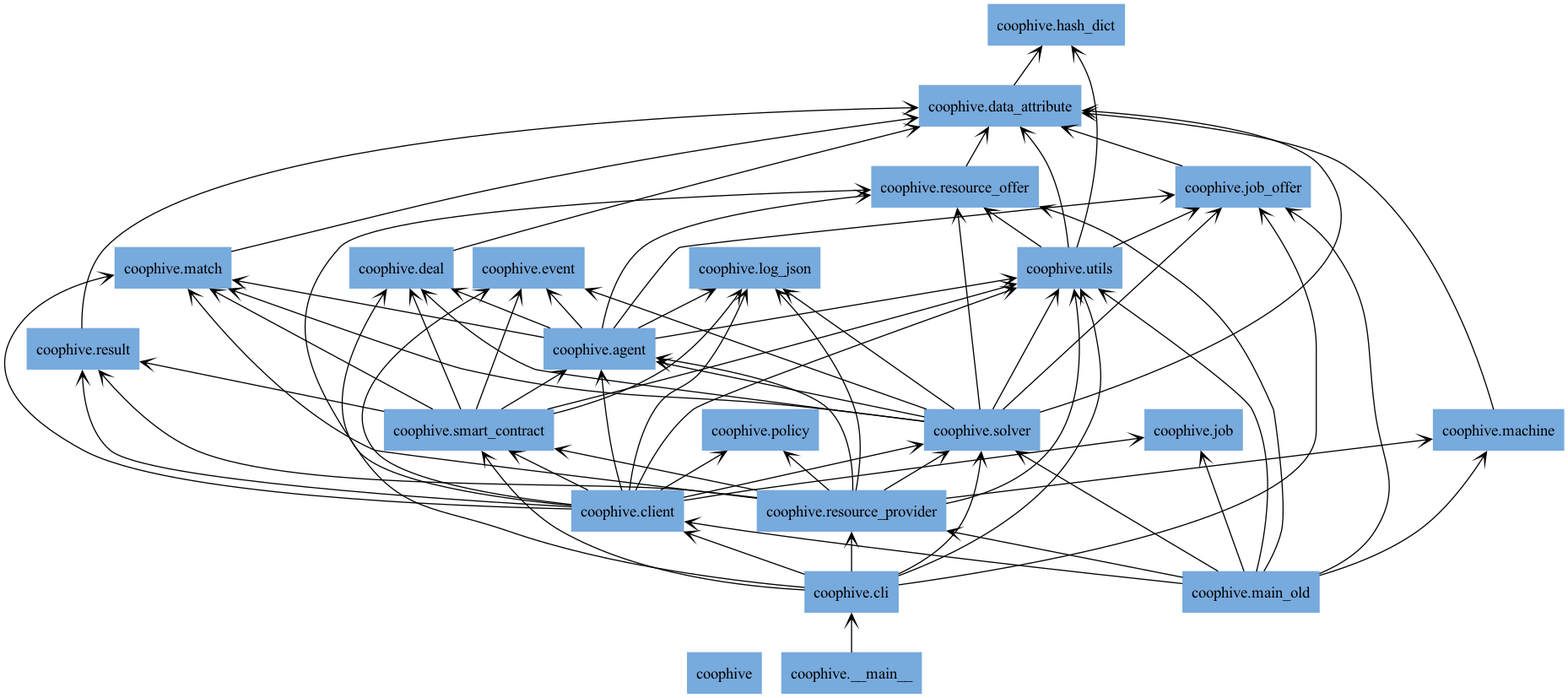
Before: docs/img/packages_coophive.png, a diagram exported from Graphviz (CoopHive/Apiary). Its source is kept beside it as docs/img/packages_coophive.dot.
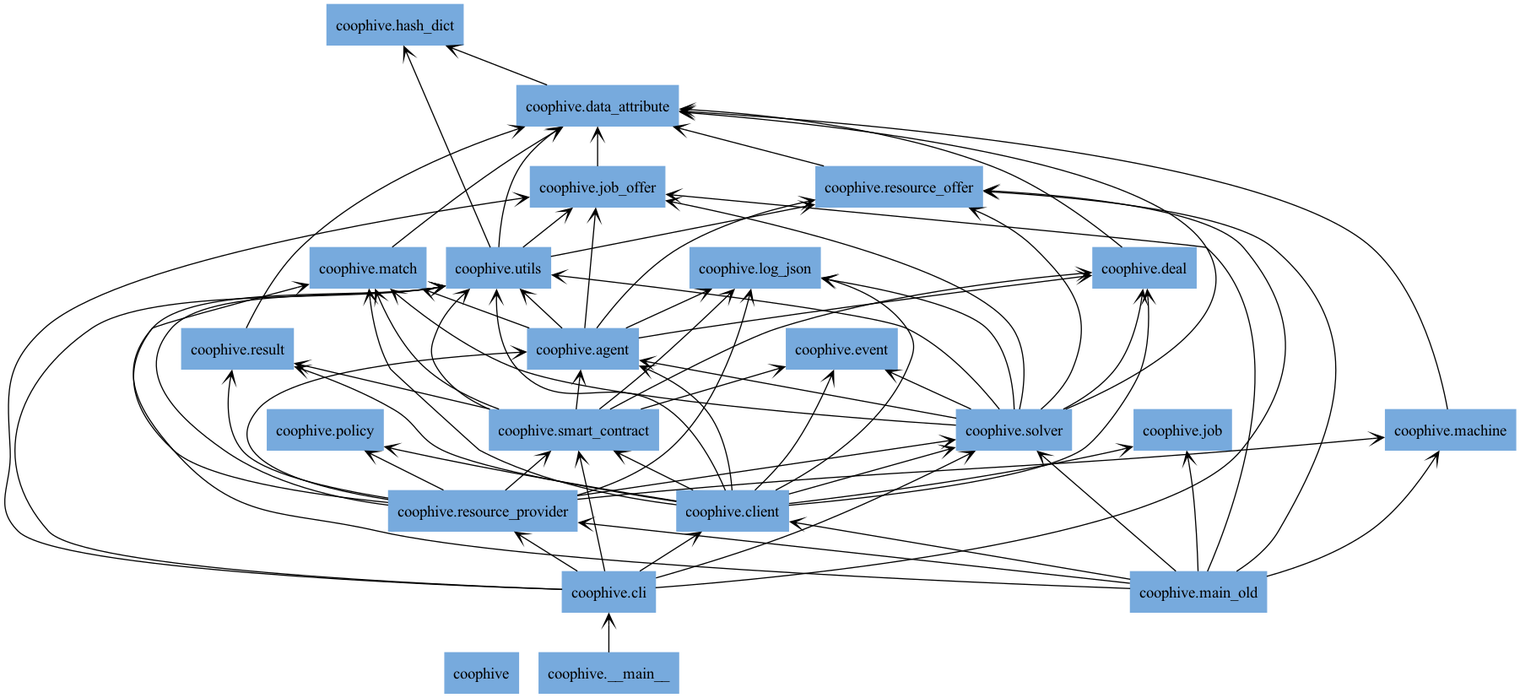
After the commit.

Diff of the diagram source:
```diff
@@ -25,7 +25,6 @@
 "coophive.utils" [color="#77AADD", label=<coophive.utils>, shape="box", style="filled"];
 "coophive.__main__" -> "coophive.cli" [arrowhead="open", arrowtail="none"];
 "coophive.agent" -> "coophive.deal" [arrowhead="open", arrowtail="none"];
-"coophive.agent" -> "coophive.event" [arrowhead="open", arrowtail="none"];
 "coophive.agent" -> "coophive.job_offer" [arrowhead="open", arrowtail="none"];
 "coophive.agent" -> "coophive.log_json" [arrowhead="open", arrowtail="none"];
 "coophive.agent" -> "coophive.match" [arrowhead="open", arrowtail="none"];
```
